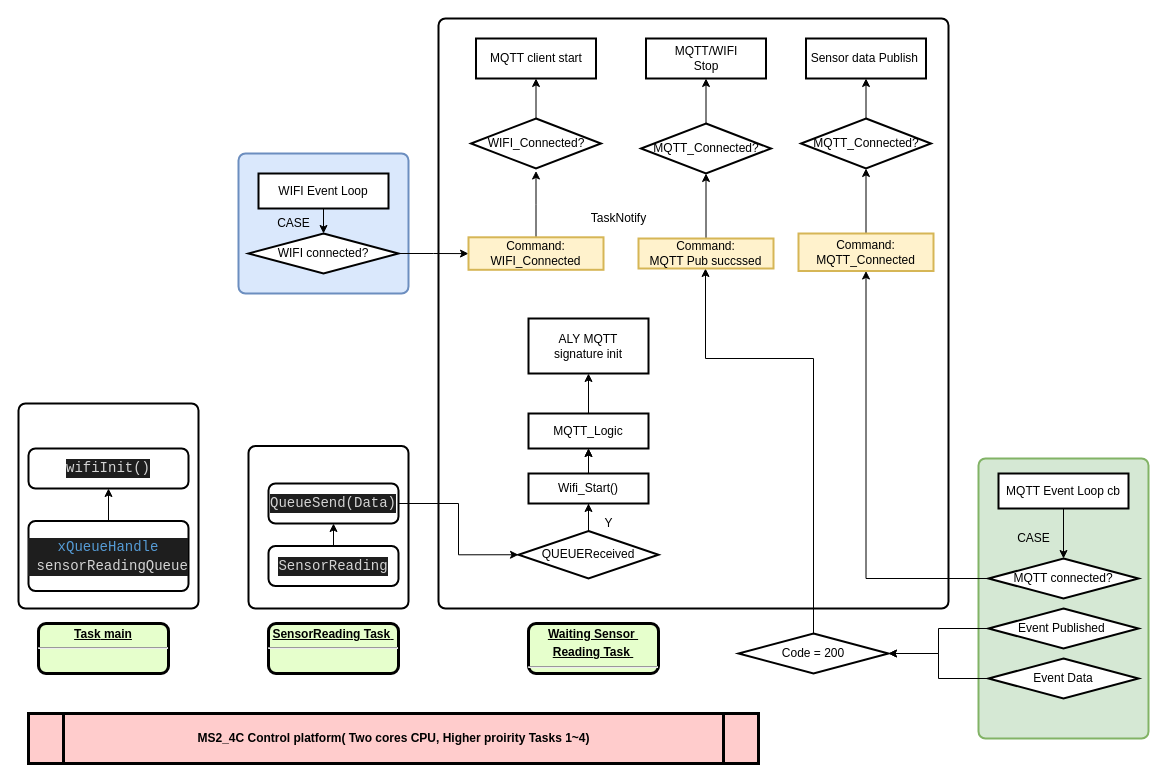
This is vent_control.drawio from kartwu/vent_control, a draw.io file, before an edit. Source tidied: cells renumbered, new cells numbered last; positions are measured from the earlier drawing's top-left corner, leaving out a move shared by most shapes. Both pictures are drawn from the tidied source at 100%, with x=0, y=0 at pixel (18, 18).
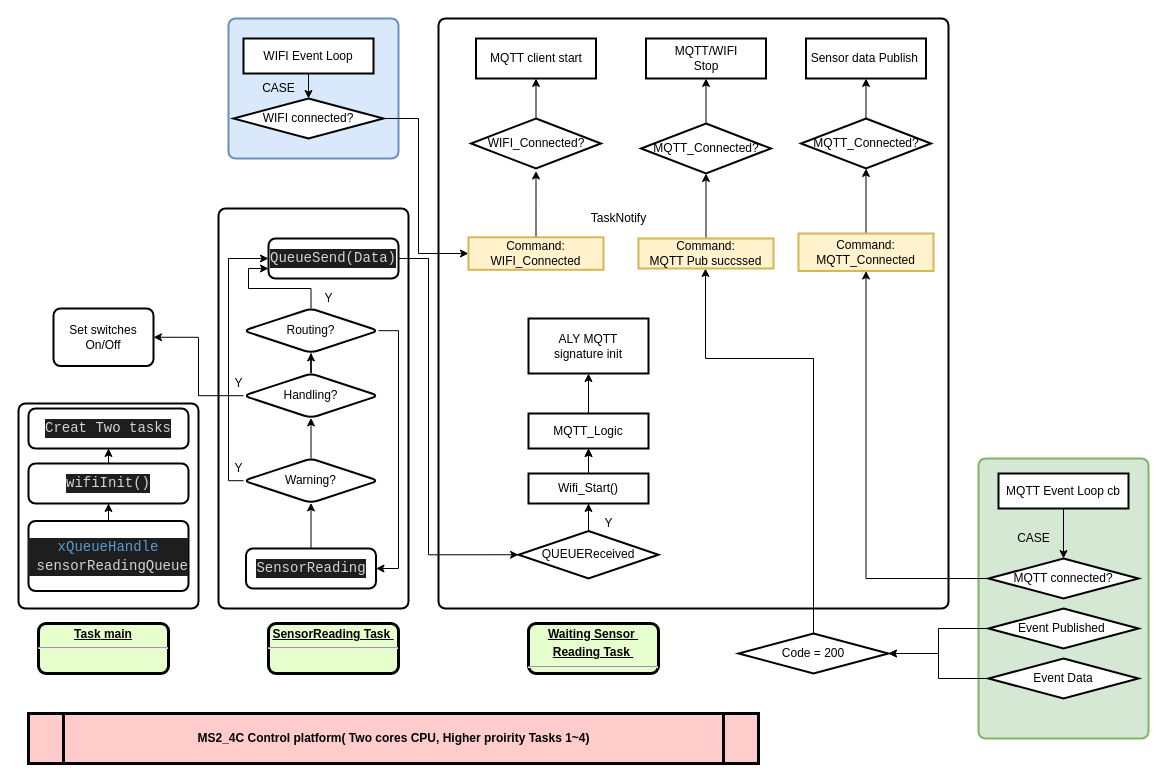
After the change.

Unchanged cells that the change refers to:
```xml
<mxCell id="20" value="QUEUEReceived" style="strokeWidth=2;html=1;shape=mxgraph.flowchart.decision;whiteSpace=wrap;" parent="1" vertex="1">
  <mxGeometry x="500" y="512.5" width="140" height="47.5" as="geometry" />
</mxCell>
<mxCell id="28" value="Command:&lt;br&gt;WIFI_Connected" style="whiteSpace=wrap;html=1;strokeWidth=2;fillColor=#fff2cc;strokeColor=#d6b656;" parent="1" vertex="1">
  <mxGeometry x="450" y="218.8" width="135" height="32.5" as="geometry" />
</mxCell>
```

Diff of the diagram source:
```diff
@@
     <mxCell id="2" style="rounded=1;whiteSpace=wrap;html=1;absoluteArcSize=1;arcSize=14;strokeWidth=2;" parent="1" vertex="1">
-      <mxGeometry x="230" y="427.5" width="160" height="162.5" as="geometry" />
+      <mxGeometry x="200" y="190" width="190" height="400" as="geometry" />
     </mxCell>
@@
     <mxCell id="6" style="rounded=1;whiteSpace=wrap;html=1;absoluteArcSize=1;arcSize=14;strokeWidth=2;fillColor=#dae8fc;strokeColor=#6c8ebf;" parent="1" vertex="1">
-      <mxGeometry x="220" y="135" width="170" height="140" as="geometry" />
+      <mxGeometry x="210" width="170" height="140" as="geometry" />
     </mxCell>
@@
+    <mxCell id="60" style="edgeStyle=orthogonalEdgeStyle;rounded=0;jettySize=auto;html=1;" parent="1" edge="1" source="11" target="62">
+      <mxGeometry relative="1" as="geometry" />
+    </mxCell>
     <mxCell id="11" value="&lt;div style=&quot;color: rgb(212 , 212 , 212) ; background-color: rgb(30 , 30 , 30) ; font-family: &amp;#34;consolas&amp;#34; , &amp;#34;courier new&amp;#34; , monospace ; font-size: 14px ; line-height: 19px&quot;&gt;wifiInit()&lt;/div&gt;" style="rounded=1;whiteSpace=wrap;html=1;absoluteArcSize=1;arcSize=14;strokeWidth=2;" parent="1" vertex="1">
-      <mxGeometry x="10" y="430" width="160" height="40" as="geometry" />
+      <mxGeometry x="10" y="445" width="160" height="40" as="geometry" />
     </mxCell>
-    <mxCell id="12" style="edgeStyle=orthogonalEdgeStyle;rounded=0;jettySize=auto;html=1;" parent="1" edge="1" source="13" target="16">
-      <mxGeometry relative="1" as="geometry" />
-    </mxCell>
+    <mxCell id="61" style="edgeStyle=orthogonalEdgeStyle;rounded=0;jettySize=auto;html=1;" parent="1" edge="1" source="13" target="65">
+      <mxGeometry relative="1" as="geometry" />
+    </mxCell>
     <mxCell id="13" value="&lt;div style=&quot;color: rgb(212 , 212 , 212) ; background-color: rgb(30 , 30 , 30) ; font-family: &amp;#34;consolas&amp;#34; , &amp;#34;courier new&amp;#34; , monospace ; font-size: 14px ; line-height: 19px&quot;&gt;&lt;span style=&quot;font-family: &amp;#34;consolas&amp;#34; , &amp;#34;courier new&amp;#34; , monospace&quot;&gt;SensorReading&lt;/span&gt;&lt;/div&gt;" style="rounded=1;whiteSpace=wrap;html=1;absoluteArcSize=1;arcSize=14;strokeWidth=2;" parent="1" vertex="1">
-      <mxGeometry x="250" y="527.5" width="130" height="40" as="geometry" />
+      <mxGeometry x="227.5" y="530" width="130" height="40" as="geometry" />
     </mxCell>
@@
     <mxCell id="15" style="edgeStyle=orthogonalEdgeStyle;rounded=0;jettySize=auto;html=1;entryX=0;entryY=0.5;entryDx=0;entryDy=0;entryPerimeter=0;" parent="1" edge="1" source="16" target="20">
-      <mxGeometry relative="1" as="geometry" />
+      <mxGeometry relative="1" as="geometry">
+        <Array as="points">
+          <mxPoint x="410" y="240" />
+          <mxPoint x="410" y="536" />
+        </Array>
+      </mxGeometry>
     </mxCell>
     <mxCell id="16" value="&lt;div style=&quot;color: rgb(212 , 212 , 212) ; background-color: rgb(30 , 30 , 30) ; font-family: &amp;#34;consolas&amp;#34; , &amp;#34;courier new&amp;#34; , monospace ; font-size: 14px ; line-height: 19px&quot;&gt;&lt;span style=&quot;font-family: &amp;#34;consolas&amp;#34; , &amp;#34;courier new&amp;#34; , monospace&quot;&gt;QueueSend(Data)&lt;/span&gt;&lt;/div&gt;" style="rounded=1;whiteSpace=wrap;html=1;absoluteArcSize=1;arcSize=14;strokeWidth=2;" parent="1" vertex="1">
-      <mxGeometry x="250" y="465" width="130" height="40" as="geometry" />
+      <mxGeometry x="250" y="220" width="130" height="40" as="geometry" />
     </mxCell>
@@
     <mxCell id="22" style="edgeStyle=orthogonalEdgeStyle;rounded=0;jettySize=auto;html=1;exitX=1;exitY=0.5;exitDx=0;exitDy=0;" parent="1" edge="1" source="50" target="28">
-      <mxGeometry relative="1" as="geometry" />
+      <mxGeometry relative="1" as="geometry">
+        <Array as="points">
+          <mxPoint x="400" y="100" />
+          <mxPoint x="400" y="235" />
+        </Array>
+      </mxGeometry>
     </mxCell>
@@
     <mxCell id="49" value="WIFI Event Loop" style="whiteSpace=wrap;html=1;strokeWidth=2;" parent="1" vertex="1">
-      <mxGeometry x="240" y="155" width="130" height="35" as="geometry" />
+      <mxGeometry x="225" y="20" width="130" height="35" as="geometry" />
     </mxCell>
     <mxCell id="50" value="WIFI connected?" style="rhombus;whiteSpace=wrap;html=1;strokeWidth=2;" parent="1" vertex="1">
-      <mxGeometry x="230" y="215" width="150" height="40" as="geometry" />
+      <mxGeometry x="215" y="80" width="150" height="40" as="geometry" />
     </mxCell>
     <mxCell id="51" value="CASE" style="text;html=1;align=center;verticalAlign=middle;" parent="1" vertex="1">
-      <mxGeometry x="250" y="195" width="50" height="20" as="geometry" />
+      <mxGeometry x="235" y="60" width="50" height="20" as="geometry" />
     </mxCell>
@@
+    <mxCell id="62" value="&lt;div style=&quot;color: rgb(212 , 212 , 212) ; background-color: rgb(30 , 30 , 30) ; font-family: &amp;#34;consolas&amp;#34; , &amp;#34;courier new&amp;#34; , monospace ; font-size: 14px ; line-height: 19px&quot;&gt;Creat Two tasks&lt;/div&gt;" style="rounded=1;whiteSpace=wrap;html=1;absoluteArcSize=1;arcSize=14;strokeWidth=2;" parent="1" vertex="1">
+      <mxGeometry x="10" y="390" width="160" height="40" as="geometry" />
+    </mxCell>
+    <mxCell id="63" style="edgeStyle=orthogonalEdgeStyle;rounded=0;jettySize=auto;html=1;entryX=0;entryY=0.5;entryDx=0;entryDy=0;exitX=0;exitY=0.5;exitDx=0;exitDy=0;" parent="1" edge="1" source="65" target="16">
+      <mxGeometry relative="1" as="geometry">
+        <Array as="points">
+          <mxPoint x="210" y="462" />
+          <mxPoint x="210" y="240" />
+        </Array>
+      </mxGeometry>
+    </mxCell>
+    <mxCell id="64" style="edgeStyle=orthogonalEdgeStyle;rounded=0;jettySize=auto;html=1;" parent="1" edge="1" source="65" target="68">
+      <mxGeometry relative="1" as="geometry" />
+    </mxCell>
+    <mxCell id="65" value="Warning?" style="rhombus;whiteSpace=wrap;html=1;rounded=1;strokeWidth=2;arcSize=14;" parent="1" vertex="1">
+      <mxGeometry x="225" y="440" width="135" height="44.4" as="geometry" />
+    </mxCell>
+    <mxCell id="66" style="edgeStyle=orthogonalEdgeStyle;rounded=0;jettySize=auto;html=1;entryX=1;entryY=0.5;entryDx=0;entryDy=0;" parent="1" edge="1" source="68" target="72">
+      <mxGeometry relative="1" as="geometry" />
+    </mxCell>
+    <mxCell id="67" style="edgeStyle=orthogonalEdgeStyle;rounded=0;jettySize=auto;html=1;" parent="1" edge="1" source="68" target="71">
+      <mxGeometry relative="1" as="geometry" />
+    </mxCell>
+    <mxCell id="68" value="Handling?" style="rhombus;whiteSpace=wrap;html=1;rounded=1;strokeWidth=2;arcSize=14;" parent="1" vertex="1">
+      <mxGeometry x="225" y="355" width="135" height="44.4" as="geometry" />
+    </mxCell>
+    <mxCell id="69" style="edgeStyle=orthogonalEdgeStyle;rounded=0;jettySize=auto;html=1;entryX=1;entryY=0.5;entryDx=0;entryDy=0;exitX=1;exitY=0.5;exitDx=0;exitDy=0;" parent="1" edge="1" source="71" target="13">
+      <mxGeometry relative="1" as="geometry" />
+    </mxCell>
+    <mxCell id="70" style="edgeStyle=orthogonalEdgeStyle;rounded=0;jettySize=auto;html=1;entryX=0;entryY=0.75;entryDx=0;entryDy=0;" parent="1" edge="1" source="71" target="16">
+      <mxGeometry relative="1" as="geometry" />
+    </mxCell>
+    <mxCell id="71" value="Routing?" style="rhombus;whiteSpace=wrap;html=1;rounded=1;strokeWidth=2;arcSize=14;" parent="1" vertex="1">
+      <mxGeometry x="225" y="290" width="135" height="44.4" as="geometry" />
+    </mxCell>
+    <mxCell id="72" value="Set switches&lt;br&gt;On/Off" style="rounded=1;whiteSpace=wrap;html=1;absoluteArcSize=1;arcSize=14;strokeWidth=2;" parent="1" vertex="1">
+      <mxGeometry x="35" y="290" width="100" height="57.5" as="geometry" />
+    </mxCell>
+    <mxCell id="73" value="Y" style="text;html=1;align=center;verticalAlign=middle;" parent="1" vertex="1">
+      <mxGeometry x="300" y="270" width="20" height="20" as="geometry" />
+    </mxCell>
+    <mxCell id="74" value="Y" style="text;html=1;align=center;verticalAlign=middle;" parent="1" vertex="1">
+      <mxGeometry x="210" y="355" width="20" height="20" as="geometry" />
+    </mxCell>
+    <mxCell id="75" value="Y" style="text;html=1;align=center;verticalAlign=middle;" parent="1" vertex="1">
+      <mxGeometry x="210" y="440" width="20" height="20" as="geometry" />
+    </mxCell>
```
